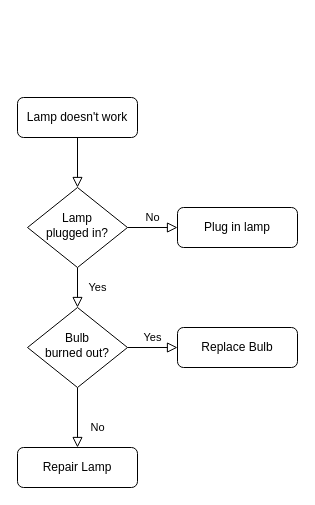
This is Untitled Diagram.drawio from Raytme-work/Raytme, a draw.io file, before an edit. Source tidied: cells renumbered, new cells numbered last; positions are measured from the earlier drawing's top-left corner, leaving out a move shared by most shapes. Both pictures are drawn from the tidied source at 100%, with x=0, y=0 at pixel (17, 97).
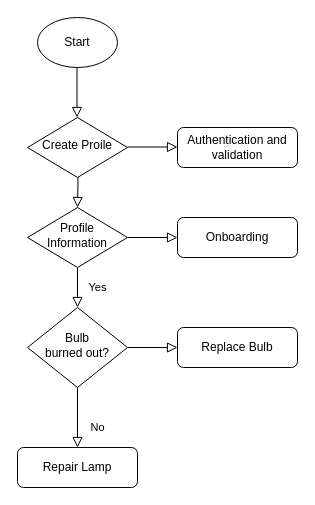
After the change.

Commit message:
Update Raytme flow chart

The change refers to these unchanged cells:
```xml
<mxCell id="10" value="Bulb&lt;br&gt;burned out?" style="rhombus;whiteSpace=wrap;html=1;shadow=0;fontFamily=Helvetica;fontSize=12;align=center;strokeWidth=1;spacing=6;spacingTop=-4;" parent="1" vertex="1">
  <mxGeometry x="10" y="210" width="100" height="80" as="geometry" />
</mxCell>
<mxCell id="12" value="Replace Bulb" style="rounded=1;whiteSpace=wrap;html=1;fontSize=12;glass=0;strokeWidth=1;shadow=0;" parent="1" vertex="1">
  <mxGeometry x="160" y="230" width="120" height="40" as="geometry" />
</mxCell>
```

The edit, as a diff of the source:
```diff
@@
-    <mxCell id="2" style="rounded=0;html=1;jettySize=auto;fontSize=11;endArrow=block;endFill=0;endSize=8;strokeWidth=1;shadow=0;labelBackgroundColor=none;edgeStyle=orthogonalEdgeStyle;" parent="1" edge="1" source="3" target="6">
-      <mxGeometry relative="1" as="geometry" />
+    <mxCell id="2" style="rounded=0;html=1;jettySize=auto;fontSize=11;endArrow=block;endFill=0;endSize=8;strokeWidth=1;shadow=0;labelBackgroundColor=none;edgeStyle=orthogonalEdgeStyle;" parent="1" edge="1" target="6">
+      <mxGeometry relative="1" as="geometry">
+        <mxPoint x="60" y="60" as="sourcePoint" />
+      </mxGeometry>
     </mxCell>
-    <mxCell id="3" value="Lamp doesn't work" style="rounded=1;whiteSpace=wrap;html=1;fontSize=12;glass=0;strokeWidth=1;shadow=0;" parent="1" vertex="1">
-      <mxGeometry width="120" height="40" as="geometry" />
-    </mxCell>
@@
-    <mxCell id="5" value="No" style="edgeStyle=orthogonalEdgeStyle;rounded=0;html=1;jettySize=auto;fontSize=11;endArrow=block;endFill=0;endSize=8;strokeWidth=1;shadow=0;labelBackgroundColor=none;" parent="1" edge="1" source="6" target="7">
+    <mxCell id="5" style="edgeStyle=orthogonalEdgeStyle;rounded=0;html=1;jettySize=auto;fontSize=11;endArrow=block;endFill=0;endSize=8;strokeWidth=1;shadow=0;labelBackgroundColor=none;" parent="1" edge="1" source="6" target="7">
       <mxGeometry y="10" relative="1" as="geometry" />
     </mxCell>
-    <mxCell id="6" value="Lamp&lt;br&gt;plugged in?" style="rhombus;whiteSpace=wrap;html=1;shadow=0;fontFamily=Helvetica;fontSize=12;align=center;strokeWidth=1;spacing=6;spacingTop=-4;" parent="1" vertex="1">
-      <mxGeometry x="10" y="90" width="100" height="80" as="geometry" />
+    <mxCell id="6" value="Profile Information" style="rhombus;whiteSpace=wrap;html=1;shadow=0;fontFamily=Helvetica;fontSize=12;align=center;strokeWidth=1;spacing=6;spacingTop=-4;" parent="1" vertex="1">
+      <mxGeometry x="10" y="110" width="100" height="60" as="geometry" />
     </mxCell>
-    <mxCell id="7" value="Plug in lamp" style="rounded=1;whiteSpace=wrap;html=1;fontSize=12;glass=0;strokeWidth=1;shadow=0;" parent="1" vertex="1">
-      <mxGeometry x="160" y="110" width="120" height="40" as="geometry" />
+    <mxCell id="7" value="Onboarding" style="rounded=1;whiteSpace=wrap;html=1;fontSize=12;glass=0;strokeWidth=1;shadow=0;" parent="1" vertex="1">
+      <mxGeometry x="160" y="120" width="120" height="40" as="geometry" />
     </mxCell>
@@
-    <mxCell id="9" value="Yes" style="edgeStyle=orthogonalEdgeStyle;rounded=0;html=1;jettySize=auto;fontSize=11;endArrow=block;endFill=0;endSize=8;strokeWidth=1;shadow=0;labelBackgroundColor=none;" parent="1" edge="1" source="10" target="12">
+    <mxCell id="9" style="edgeStyle=orthogonalEdgeStyle;rounded=0;html=1;jettySize=auto;fontSize=11;endArrow=block;endFill=0;endSize=8;strokeWidth=1;shadow=0;labelBackgroundColor=none;" parent="1" edge="1" source="10" target="12">
       <mxGeometry y="10" relative="1" as="geometry" />
     </mxCell>
@@
+    <mxCell id="13" value="Start" style="ellipse;whiteSpace=wrap;html=1;" parent="1" vertex="1">
+      <mxGeometry x="20" y="-80" width="80" height="50" as="geometry" />
+    </mxCell>
+    <mxCell id="14" style="rounded=0;html=1;jettySize=auto;orthogonalLoop=1;fontSize=11;endArrow=block;endFill=0;endSize=8;strokeWidth=1;shadow=0;labelBackgroundColor=none;edgeStyle=orthogonalEdgeStyle;" parent="1" edge="1">
+      <mxGeometry relative="1" as="geometry">
+        <mxPoint x="59.5" y="-30" as="sourcePoint" />
+        <mxPoint x="59.5" y="20" as="targetPoint" />
+      </mxGeometry>
+    </mxCell>
+    <mxCell id="15" style="edgeStyle=orthogonalEdgeStyle;rounded=0;orthogonalLoop=1;jettySize=auto;html=1;exitX=0.5;exitY=1;exitDx=0;exitDy=0;" parent="1" edge="1">
+      <mxGeometry relative="1" as="geometry">
+        <mxPoint x="60" y="80" as="sourcePoint" />
+        <mxPoint x="60" y="80" as="targetPoint" />
+      </mxGeometry>
+    </mxCell>
+    <mxCell id="16" value="Create Proile" style="rhombus;whiteSpace=wrap;html=1;shadow=0;fontFamily=Helvetica;fontSize=12;align=center;strokeWidth=1;spacing=6;spacingTop=-4;" parent="1" vertex="1">
+      <mxGeometry x="10" y="20" width="100" height="60" as="geometry" />
+    </mxCell>
+    <mxCell id="17" value="Authentication and validation" style="rounded=1;whiteSpace=wrap;html=1;fontSize=12;glass=0;strokeWidth=1;shadow=0;" parent="1" vertex="1">
+      <mxGeometry x="160" y="30" width="120" height="40" as="geometry" />
+    </mxCell>
+    <mxCell id="18" style="edgeStyle=orthogonalEdgeStyle;rounded=0;html=1;jettySize=auto;orthogonalLoop=1;fontSize=11;endArrow=block;endFill=0;endSize=8;strokeWidth=1;shadow=0;labelBackgroundColor=none;" parent="1" edge="1">
+      <mxGeometry y="10" relative="1" as="geometry">
+        <mxPoint x="110" y="49.5" as="sourcePoint" />
+        <mxPoint x="160" y="49.5" as="targetPoint" />
+      </mxGeometry>
+    </mxCell>
```
